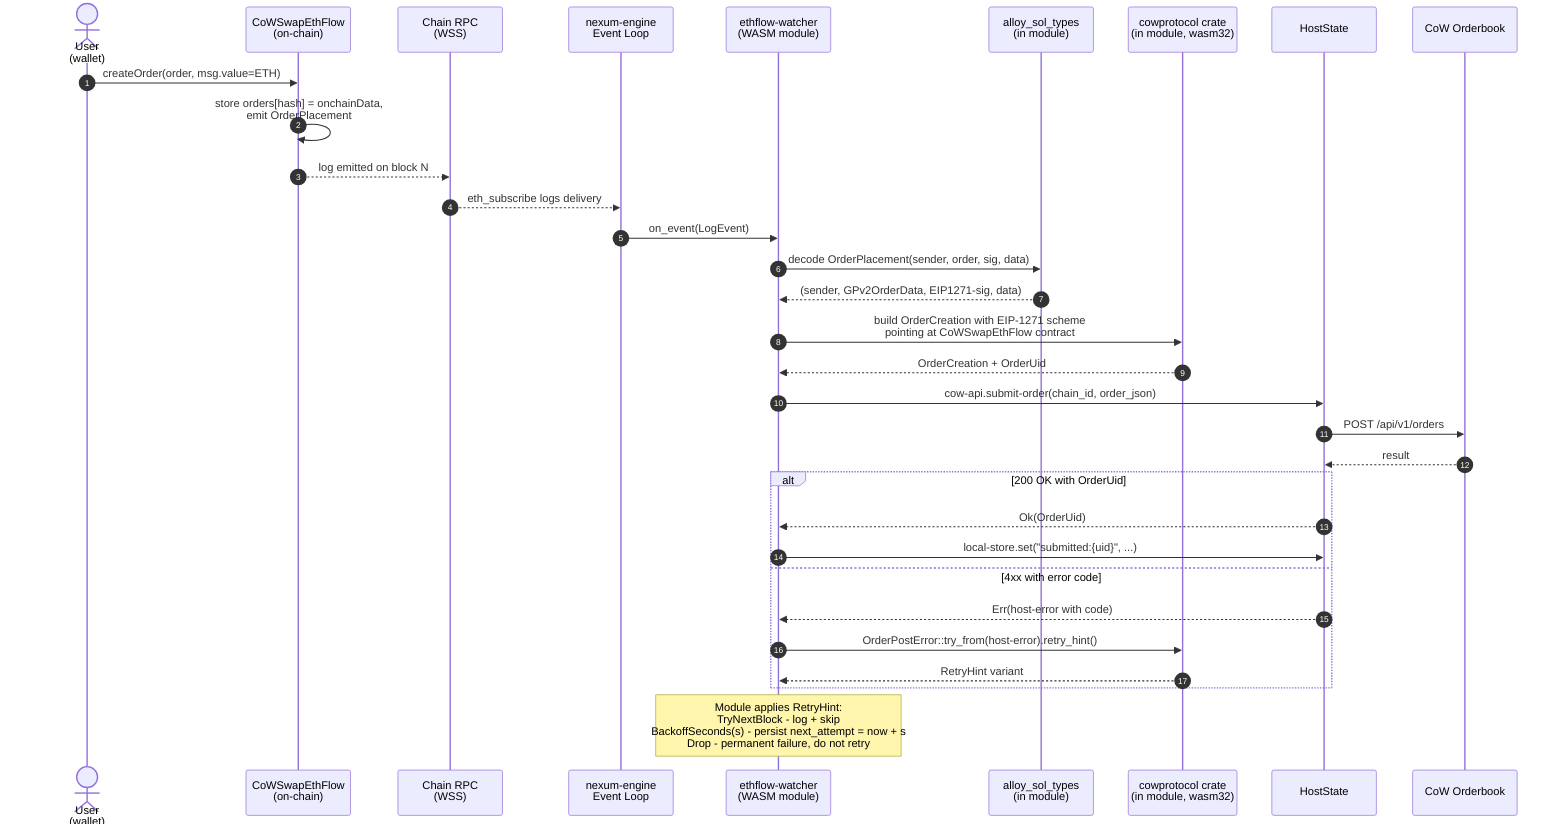
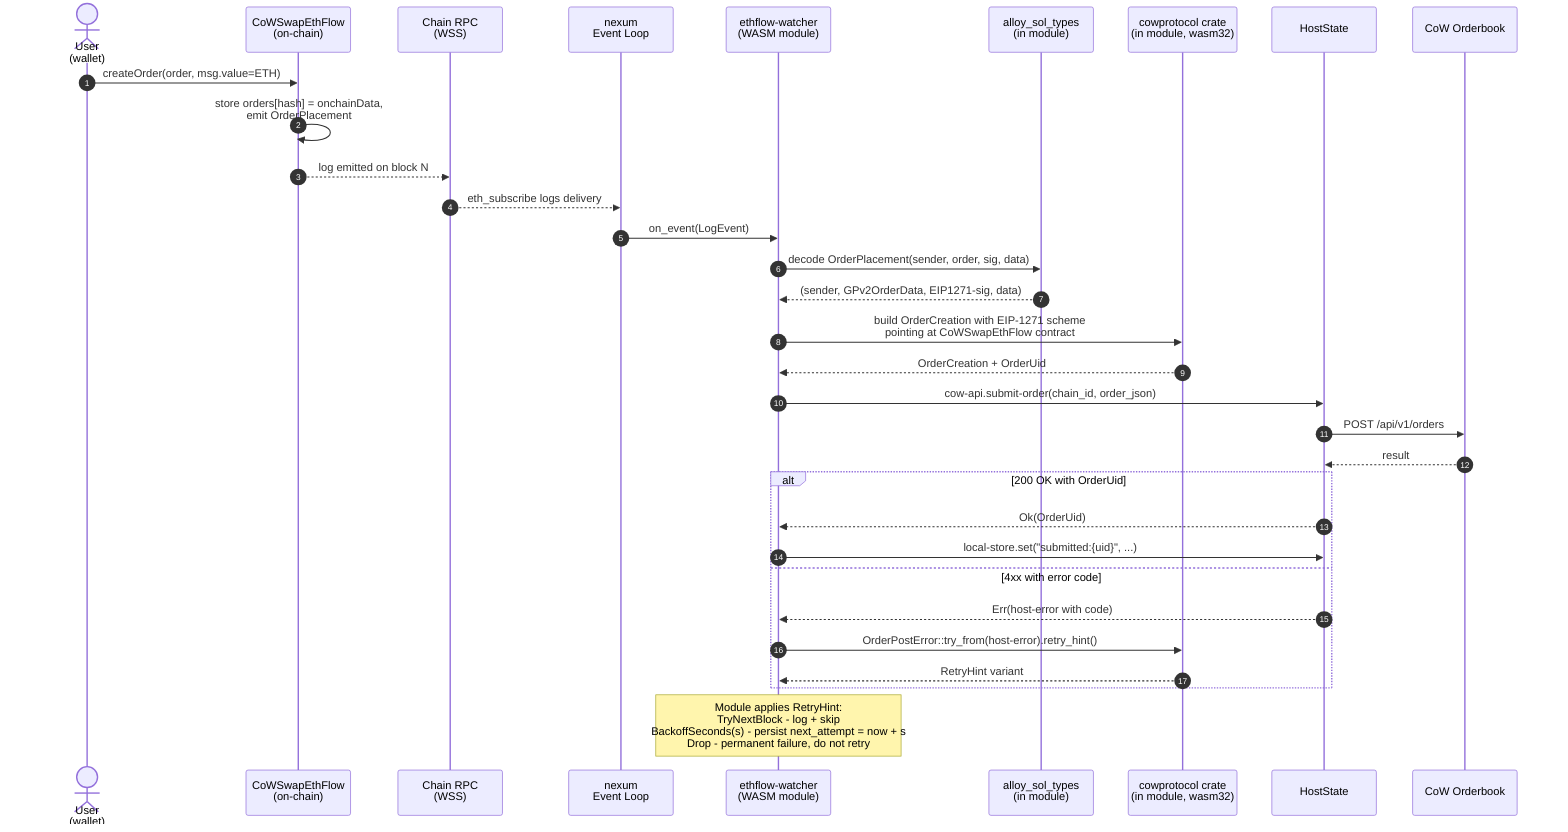
sequenceDiagram
    autonumber
    actor User as User<br/>(wallet)
    participant Contract as CoWSwapEthFlow<br/>(on-chain)
    participant RPC as Chain RPC<br/>(WSS)
-     participant EL as nexum-engine<br/>Event Loop
+     participant EL as nexum<br/>Event Loop
    participant Mod as ethflow-watcher<br/>(WASM module)
    participant SolDec as alloy_sol_types<br/>(in module)
    participant Cow as cowprotocol crate<br/>(in module, wasm32)
    participant Host as HostState
    participant OB as CoW Orderbook

    User->>Contract: createOrder(order, msg.value=ETH)
    Contract->>Contract: store orders[hash] = onchainData,<br/>emit OrderPlacement
    Contract-->>RPC: log emitted on block N

    RPC-->>EL: eth_subscribe logs delivery
    EL->>Mod: on_event(LogEvent)

    Mod->>SolDec: decode OrderPlacement(sender, order, sig, data)
    SolDec-->>Mod: (sender, GPv2OrderData, EIP1271-sig, data)

    Mod->>Cow: build OrderCreation with EIP-1271 scheme<br/>pointing at CoWSwapEthFlow contract
    Cow-->>Mod: OrderCreation + OrderUid

    Mod->>Host: cow-api.submit-order(chain_id, order_json)
    Host->>OB: POST /api/v1/orders
    OB-->>Host: result

    alt 200 OK with OrderUid
        Host-->>Mod: Ok(OrderUid)
        Mod->>Host: local-store.set("submitted:{uid}", ...)
    else 4xx with error code
        Host-->>Mod: Err(host-error with code)
        Mod->>Cow: OrderPostError::try_from(host-error).retry_hint()
        Cow-->>Mod: RetryHint variant
    end

    Note over Mod: Module applies RetryHint:<br/>TryNextBlock - log + skip<br/>BackoffSeconds(s) - persist next_attempt = now + s<br/>Drop - permanent failure, do not retry
